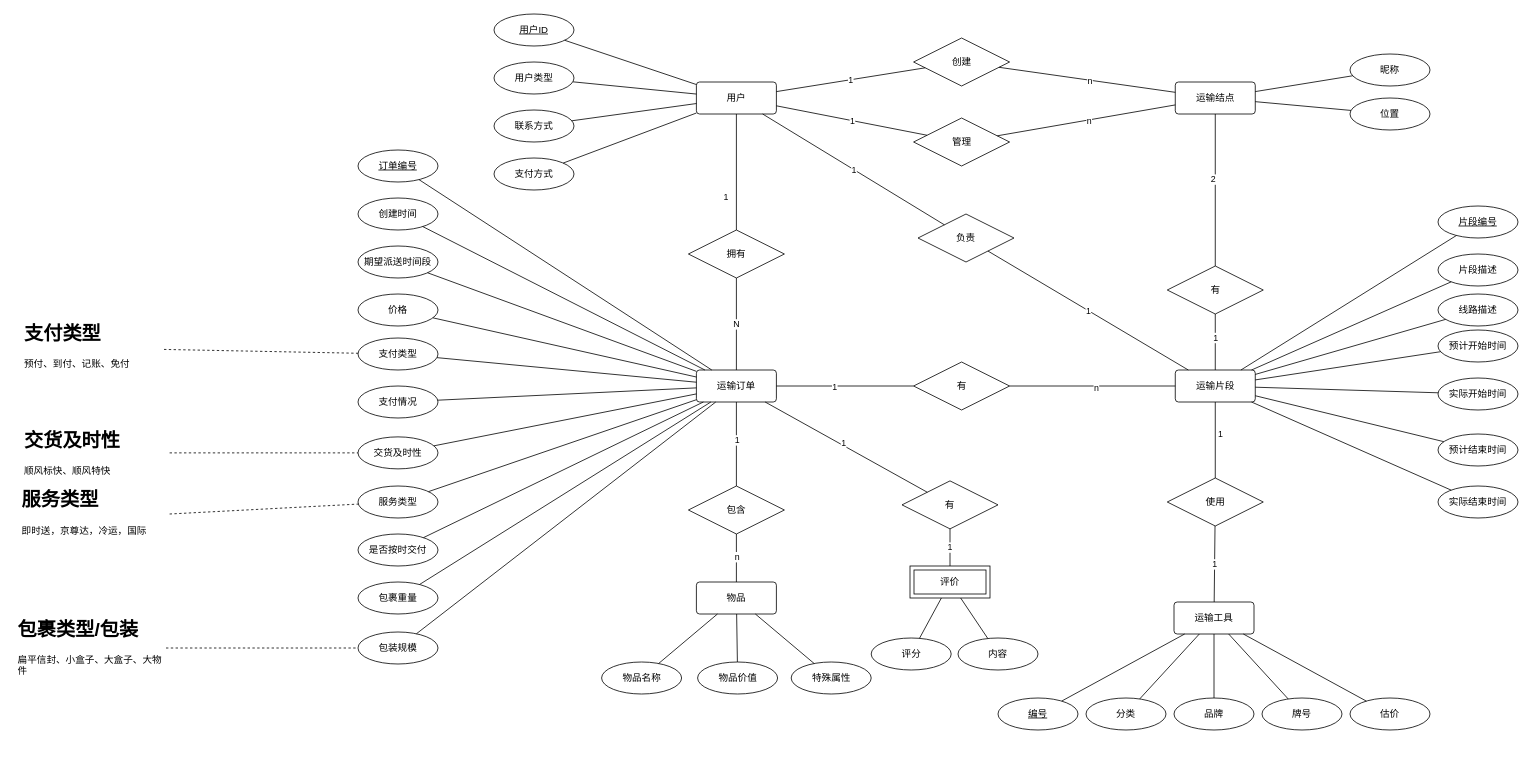
This is 快递模型.drawio from loli0con/express, a draw.io file, before an edit. Source tidied: cells renumbered, new cells numbered last; positions are measured from the earlier drawing's top-left corner, leaving out a move shared by most shapes. Both pictures are drawn from the tidied source at 80%, with x=0, y=0 at pixel (14, 14).
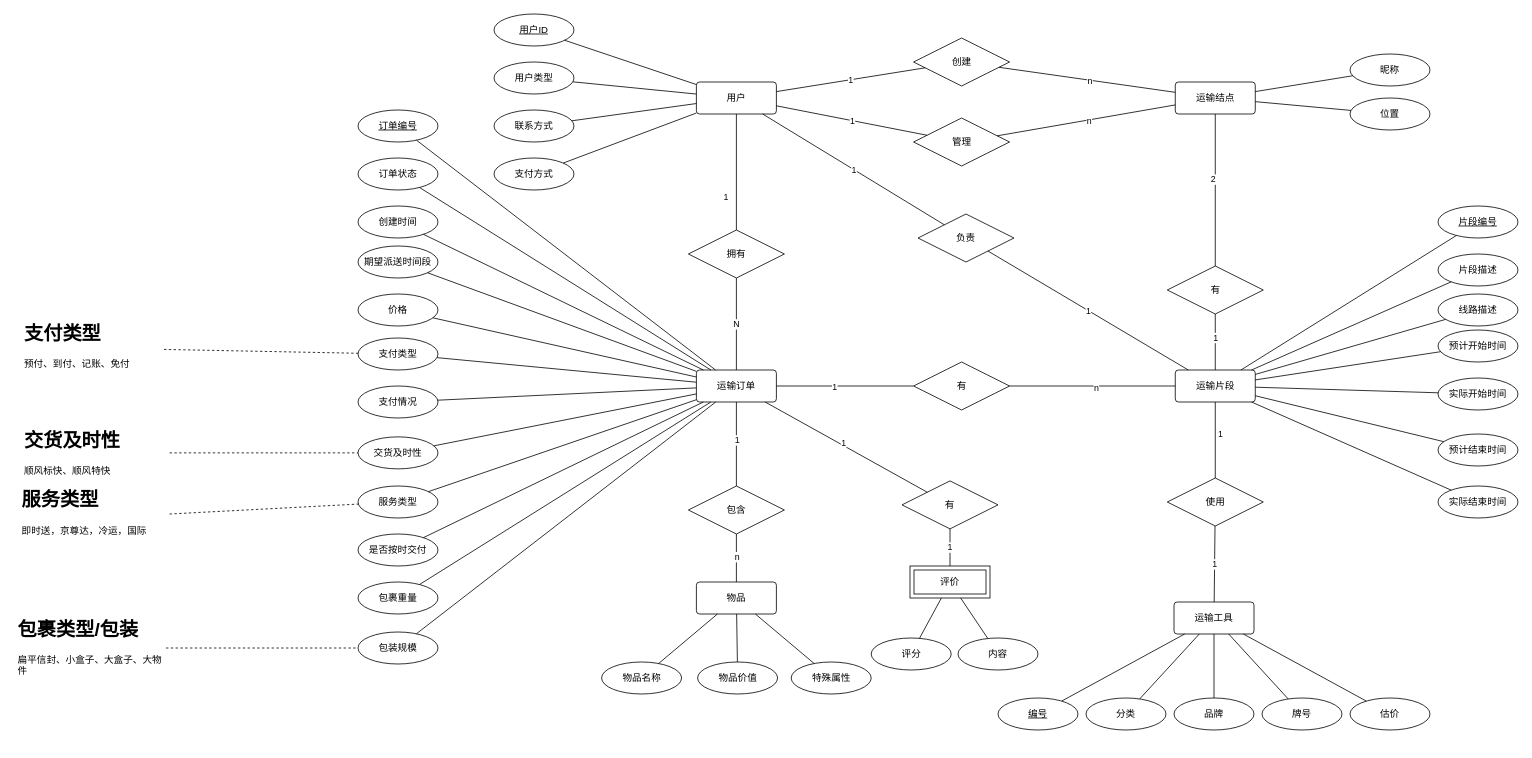
The same diagram, later.

Commit message (it also covers changes not shown here):
添加订单状态字段

Unchanged cells that the change refers to:
```xml
<mxCell id="4" value="运输订单" style="rounded=1;arcSize=10;whiteSpace=wrap;html=1;align=center;" parent="1" vertex="1">
  <mxGeometry x="853" y="445" width="100" height="40" as="geometry" />
</mxCell>
```

Change to the diagram source:
```diff
@@
     <mxCell id="60" value="订单编号" style="ellipse;whiteSpace=wrap;html=1;align=center;fontStyle=4;" parent="1" vertex="1">
-      <mxGeometry x="430" y="170" width="100" height="40" as="geometry" />
+      <mxGeometry x="430" y="120" width="100" height="40" as="geometry" />
     </mxCell>
@@
     <mxCell id="65" value="创建时间" style="ellipse;whiteSpace=wrap;html=1;align=center;" parent="1" vertex="1">
-      <mxGeometry x="430" y="230" width="100" height="40" as="geometry" />
+      <mxGeometry x="430" y="240" width="100" height="40" as="geometry" />
     </mxCell>
@@
+    <mxCell id="129" value="订单状态" style="ellipse;whiteSpace=wrap;html=1;align=center;" parent="1" vertex="1">
+      <mxGeometry x="430" y="180" width="100" height="40" as="geometry" />
+    </mxCell>
+    <mxCell id="130" style="endArrow=none;html=1;rounded=0;" parent="1" edge="1" source="4" target="129">
+      <mxGeometry relative="1" as="geometry" />
+    </mxCell>
```
